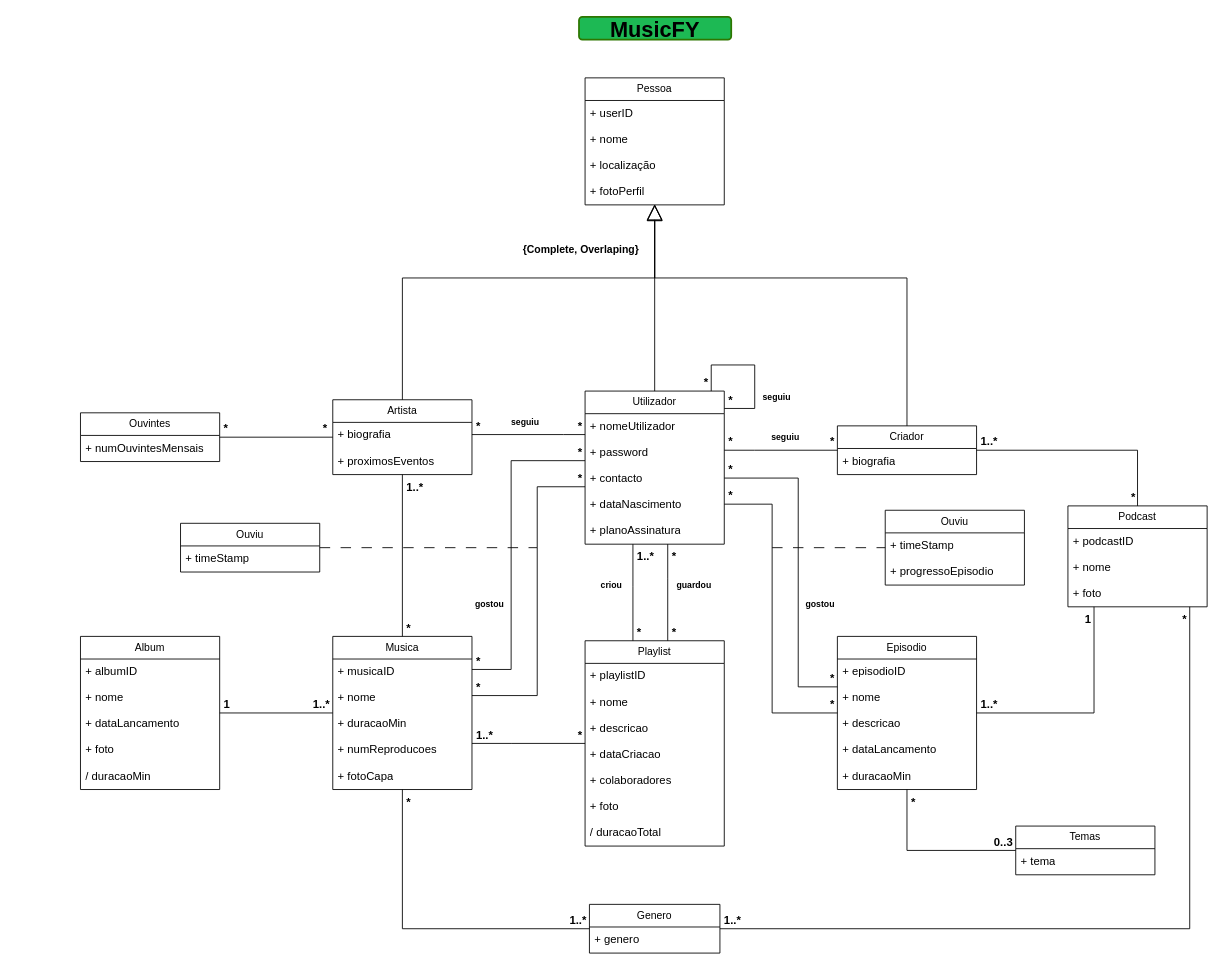
Before: UMLmusicFY.drawio in PedroLunet/database, a draw.io diagram. Source tidied: cells renumbered, new cells numbered last; positions are measured from the earlier drawing's top-left corner, leaving out a move shared by most shapes. Both pictures are drawn from the tidied source at 87%, with x=0, y=0 at pixel (80, 17).
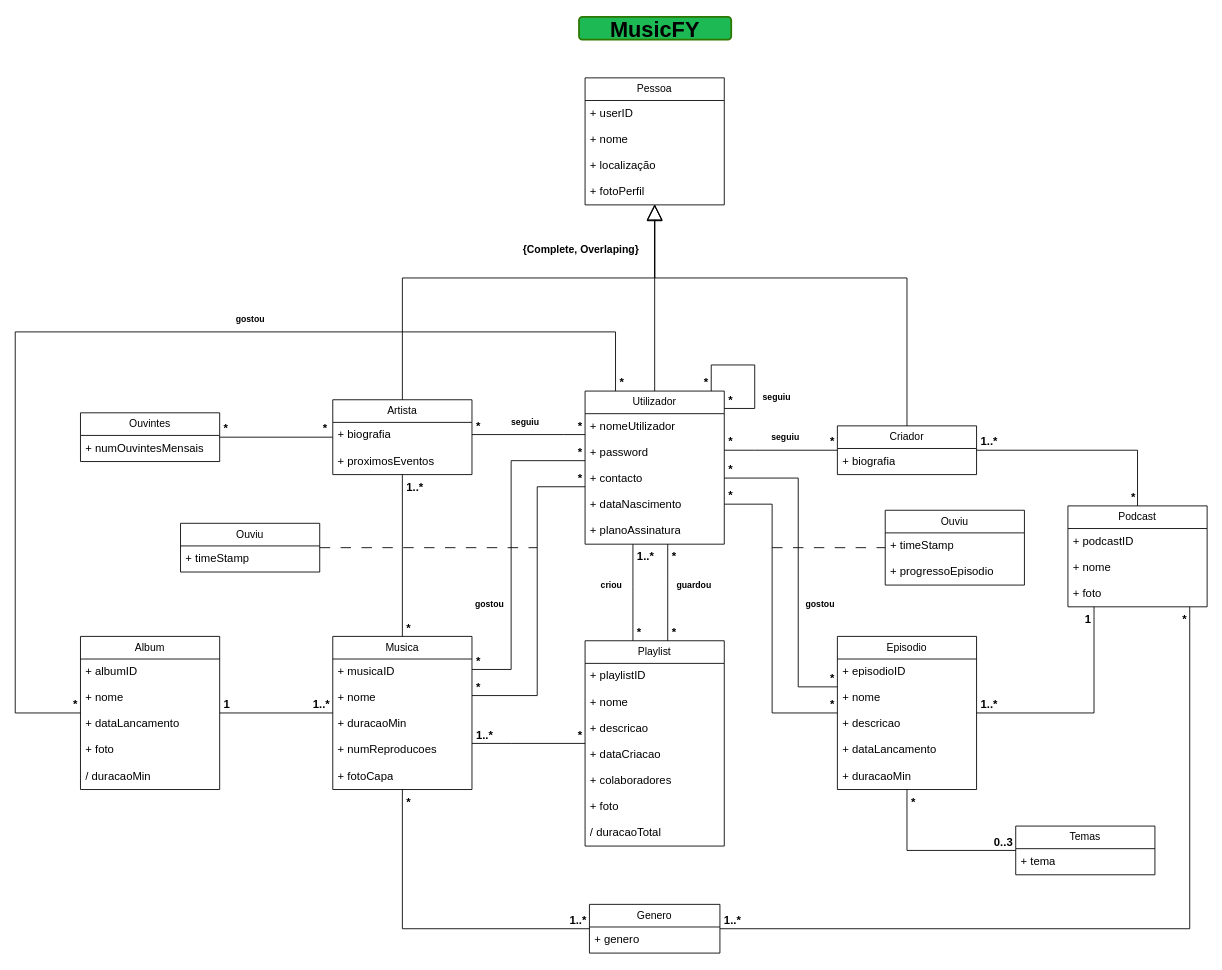
The same diagram, later.

Unchanged cells that the change refers to:
```xml
<mxCell id="7" value="Utilizador" style="swimlane;fontStyle=0;horizontal=1;startSize=26;fillColor=none;whiteSpace=wrap;html=1;" parent="1" vertex="1">
  <mxGeometry x="580" y="430" width="160" height="176" as="geometry" />
</mxCell>
<mxCell id="41" value="Album" style="swimlane;fontStyle=0;horizontal=1;startSize=26;fillColor=none;whiteSpace=wrap;html=1;" parent="1" vertex="1">
  <mxGeometry y="712" width="160" height="176" as="geometry" />
</mxCell>
```

Diff of the diagram source:
```diff
@@
+    <mxCell id="132" style="endArrow=none;html=1;edgeStyle=orthogonalEdgeStyle;rounded=0;" parent="1" edge="1" source="7" target="41">
+      <mxGeometry relative="1" as="geometry">
+        <Array as="points">
+          <mxPoint x="615" y="362" />
+          <mxPoint x="-75" y="362" />
+          <mxPoint x="-75" y="800" />
+        </Array>
+      </mxGeometry>
+    </mxCell>
+    <mxCell id="133" value="*" style="edgeLabel;html=1;align=left;verticalAlign=bottom;labelBackgroundColor=none;fontSize=13;fontStyle=1;" parent="132" vertex="1">
+      <mxGeometry x="-1" relative="1" as="geometry">
+        <mxPoint x="3" as="offset" />
+      </mxGeometry>
+    </mxCell>
+    <mxCell id="134" value="*" style="edgeLabel;html=1;align=right;verticalAlign=bottom;labelBackgroundColor=none;fontSize=13;fontStyle=1;" parent="132" vertex="1">
+      <mxGeometry x="1" relative="1" as="geometry">
+        <mxPoint x="-3" as="offset" />
+      </mxGeometry>
+    </mxCell>
+    <mxCell id="135" value="gostou" style="text;html=1;align=center;verticalAlign=middle;strokeColor=none;fillColor=none;fontSize=10;fontStyle=1;" parent="1" vertex="1">
+      <mxGeometry x="170" y="332" width="50" height="30" as="geometry" />
+    </mxCell>
```
